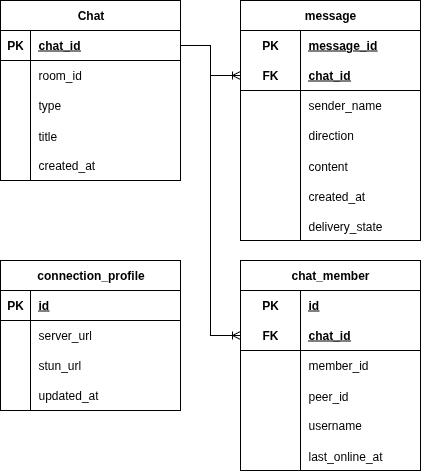
Earlier version of the draw.io export docs/assets/er/er-client.png (paa04/Morze). Source tidied: cells renumbered, new cells last; positions are measured from the earlier drawing's top-left corner, leaving out a move shared by most shapes.
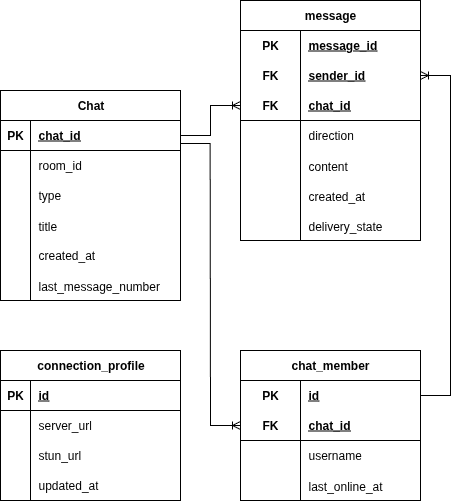
The same file after the commit.

Commit message:
upd client er

Change to the diagram source:
```diff
@@ -3,7 +3,7 @@
     <mxCell id="0" />
     <mxCell id="1" parent="0" />
     <mxCell id="2" value="Chat" style="shape=table;startSize=30;rowLines=0;fontStyle=1;align=center;html=1;" parent="1" vertex="1">
-      <mxGeometry width="180" height="180" as="geometry" />
+      <mxGeometry width="180" height="210" as="geometry" />
     </mxCell>
     <mxCell id="3" style="shape=tableRow;horizontal=0;startSize=0;swimlaneHead=0;swimlaneBody=0;fillColor=none;points=[[0,0.5],[1,0.5]];portConstraint=eastwest;top=0;left=0;right=0;bottom=1;" parent="2" vertex="1">
       <mxGeometry y="30" width="180" height="30" as="geometry" />
@@ -50,8 +50,17 @@
     <mxCell id="17" value="created_at" style="shape=partialRectangle;fillColor=none;top=0;left=0;bottom=0;right=0;align=left;spacingLeft=6;overflow=hidden;whiteSpace=wrap;html=1;" parent="15" vertex="1">
       <mxGeometry x="30" width="150" height="30" as="geometry" />
     </mxCell>
+    <mxCell id="74" style="shape=tableRow;horizontal=0;startSize=0;swimlaneHead=0;swimlaneBody=0;fillColor=none;top=0;left=0;right=0;bottom=0;" parent="2" vertex="1">
+      <mxGeometry y="180" width="180" height="30" as="geometry" />
+    </mxCell>
+    <mxCell id="75" style="shape=partialRectangle;fillColor=none;top=0;left=0;bottom=0;right=0;overflow=hidden;" parent="74" vertex="1">
+      <mxGeometry width="30" height="30" as="geometry" />
+    </mxCell>
+    <mxCell id="76" value="last_message_number" style="shape=partialRectangle;fillColor=none;top=0;left=0;bottom=0;right=0;align=left;spacingLeft=6;overflow=hidden;" parent="74" vertex="1">
+      <mxGeometry x="30" width="150" height="30" as="geometry" />
+    </mxCell>
     <mxCell id="18" value="chat_member" style="shape=table;startSize=30;rowLines=0;fontStyle=1;align=center;html=1;whiteSpace=wrap;" parent="1" vertex="1">
-      <mxGeometry x="240" y="260" width="180" height="210" as="geometry" />
+      <mxGeometry x="240" y="260" width="180" height="150" as="geometry" />
     </mxCell>
     <mxCell id="19" style="shape=tableRow;horizontal=0;startSize=0;swimlaneHead=0;swimlaneBody=0;fillColor=none;points=[[0,0.5],[1,0.5]];portConstraint=eastwest;top=0;left=0;right=0;bottom=0;html=1;" parent="18" vertex="1">
       <mxGeometry y="30" width="180" height="30" as="geometry" />
@@ -71,26 +80,8 @@
     <mxCell id="24" value="chat_id" style="shape=partialRectangle;fillColor=none;top=0;left=0;bottom=0;right=0;align=left;spacingLeft=6;fontStyle=5;overflow=hidden;html=1;whiteSpace=wrap;" parent="22" vertex="1">
       <mxGeometry x="60" width="120" height="30" as="geometry" />
     </mxCell>
-    <mxCell id="25" style="shape=tableRow;horizontal=0;startSize=0;swimlaneHead=0;swimlaneBody=0;fillColor=none;top=0;left=0;right=0;bottom=0;html=1;" parent="18" vertex="1">
-      <mxGeometry y="90" width="180" height="30" as="geometry" />
-    </mxCell>
-    <mxCell id="26" style="shape=partialRectangle;fillColor=none;top=0;left=0;bottom=0;right=0;overflow=hidden;html=1;whiteSpace=wrap;" parent="25" vertex="1">
-      <mxGeometry width="60" height="30" as="geometry" />
-    </mxCell>
-    <mxCell id="27" value="member_id" style="shape=partialRectangle;fillColor=none;top=0;left=0;bottom=0;right=0;align=left;spacingLeft=6;overflow=hidden;html=1;whiteSpace=wrap;" parent="25" vertex="1">
-      <mxGeometry x="60" width="120" height="30" as="geometry" />
-    </mxCell>
-    <mxCell id="28" style="shape=tableRow;horizontal=0;startSize=0;swimlaneHead=0;swimlaneBody=0;fillColor=none;top=0;left=0;right=0;bottom=0;" parent="18" vertex="1">
-      <mxGeometry y="120" width="180" height="30" as="geometry" />
-    </mxCell>
-    <mxCell id="29" style="shape=partialRectangle;fillColor=none;top=0;left=0;bottom=0;right=0;overflow=hidden;" parent="28" vertex="1">
-      <mxGeometry width="60" height="30" as="geometry" />
-    </mxCell>
-    <mxCell id="30" value="peer_id" style="shape=partialRectangle;fillColor=none;top=0;left=0;bottom=0;right=0;align=left;spacingLeft=6;overflow=hidden;" parent="28" vertex="1">
-      <mxGeometry x="60" width="120" height="30" as="geometry" />
-    </mxCell>
     <mxCell id="31" style="shape=tableRow;horizontal=0;startSize=0;swimlaneHead=0;swimlaneBody=0;fillColor=none;top=0;left=0;right=0;bottom=0;html=1;" parent="18" vertex="1">
-      <mxGeometry y="150" width="180" height="30" as="geometry" />
+      <mxGeometry y="90" width="180" height="30" as="geometry" />
     </mxCell>
     <mxCell id="32" style="shape=partialRectangle;fillColor=none;top=0;left=0;bottom=0;right=0;overflow=hidden;html=1;whiteSpace=wrap;" parent="31" vertex="1">
       <mxGeometry width="60" height="30" as="geometry" />
@@ -99,7 +90,7 @@
       <mxGeometry x="60" width="120" height="30" as="geometry" />
     </mxCell>
     <mxCell id="34" style="shape=tableRow;horizontal=0;startSize=0;swimlaneHead=0;swimlaneBody=0;fillColor=none;top=0;left=0;right=0;bottom=0;" parent="18" vertex="1">
-      <mxGeometry y="180" width="180" height="30" as="geometry" />
+      <mxGeometry y="120" width="180" height="30" as="geometry" />
     </mxCell>
     <mxCell id="35" style="shape=partialRectangle;fillColor=none;top=0;left=0;bottom=0;right=0;overflow=hidden;" parent="34" vertex="1">
       <mxGeometry width="60" height="30" as="geometry" />
@@ -108,7 +99,7 @@
       <mxGeometry x="60" width="120" height="30" as="geometry" />
     </mxCell>
     <mxCell id="37" value="message" style="shape=table;startSize=30;rowLines=0;fontStyle=1;align=center;html=1;whiteSpace=wrap;" parent="1" vertex="1">
-      <mxGeometry x="240" width="180" height="240" as="geometry" />
+      <mxGeometry x="240" y="-90" width="180" height="240" as="geometry" />
     </mxCell>
     <mxCell id="38" style="shape=tableRow;horizontal=0;startSize=0;swimlaneHead=0;swimlaneBody=0;fillColor=none;top=0;left=0;right=0;bottom=0;html=1;" parent="37" vertex="1">
       <mxGeometry y="30" width="180" height="30" as="geometry" />
@@ -119,8 +110,17 @@
     <mxCell id="40" value="message_id" style="shape=partialRectangle;fillColor=none;top=0;left=0;bottom=0;right=0;align=left;spacingLeft=6;fontStyle=5;overflow=hidden;html=1;whiteSpace=wrap;" parent="38" vertex="1">
       <mxGeometry x="60" width="120" height="30" as="geometry" />
     </mxCell>
+    <mxCell id="77" style="shape=tableRow;horizontal=0;startSize=0;swimlaneHead=0;swimlaneBody=0;fillColor=none;points=[[0,0.5],[1,0.5]];portConstraint=eastwest;top=0;left=0;right=0;bottom=0;" parent="37" vertex="1">
+      <mxGeometry y="60" width="180" height="30" as="geometry" />
+    </mxCell>
+    <mxCell id="78" value="&lt;b&gt;FK&lt;/b&gt;" style="shape=partialRectangle;fillColor=none;top=0;left=0;bottom=0;right=0;fontStyle=0;overflow=hidden;whiteSpace=wrap;html=1;" parent="77" vertex="1">
+      <mxGeometry width="60" height="30" as="geometry" />
+    </mxCell>
+    <mxCell id="79" value="&lt;b&gt;&lt;u&gt;sender_id&lt;/u&gt;&lt;/b&gt;" style="shape=partialRectangle;fillColor=none;top=0;left=0;bottom=0;right=0;align=left;spacingLeft=6;fontStyle=0;overflow=hidden;whiteSpace=wrap;html=1;" parent="77" vertex="1">
+      <mxGeometry x="60" width="120" height="30" as="geometry" />
+    </mxCell>
     <mxCell id="41" style="shape=tableRow;horizontal=0;startSize=0;swimlaneHead=0;swimlaneBody=0;fillColor=none;points=[[0,0.5],[1,0.5]];portConstraint=eastwest;top=0;left=0;right=0;bottom=1;html=1;" parent="37" vertex="1">
-      <mxGeometry y="60" width="180" height="30" as="geometry" />
+      <mxGeometry y="90" width="180" height="30" as="geometry" />
     </mxCell>
     <mxCell id="42" value="FK" style="shape=partialRectangle;fillColor=none;top=0;left=0;bottom=0;right=0;fontStyle=1;overflow=hidden;html=1;whiteSpace=wrap;" parent="41" vertex="1">
       <mxGeometry width="60" height="30" as="geometry" />
@@ -128,15 +128,6 @@
     <mxCell id="43" value="chat_id" style="shape=partialRectangle;fillColor=none;top=0;left=0;bottom=0;right=0;align=left;spacingLeft=6;fontStyle=5;overflow=hidden;html=1;whiteSpace=wrap;" parent="41" vertex="1">
       <mxGeometry x="60" width="120" height="30" as="geometry" />
     </mxCell>
-    <mxCell id="44" style="shape=tableRow;horizontal=0;startSize=0;swimlaneHead=0;swimlaneBody=0;fillColor=none;top=0;left=0;right=0;bottom=0;html=1;" parent="37" vertex="1">
-      <mxGeometry y="90" width="180" height="30" as="geometry" />
-    </mxCell>
-    <mxCell id="45" style="shape=partialRectangle;fillColor=none;top=0;left=0;bottom=0;right=0;overflow=hidden;html=1;whiteSpace=wrap;" parent="44" vertex="1">
-      <mxGeometry width="60" height="30" as="geometry" />
-    </mxCell>
-    <mxCell id="46" value="sender_name" style="shape=partialRectangle;fillColor=none;top=0;left=0;bottom=0;right=0;align=left;spacingLeft=6;overflow=hidden;html=1;whiteSpace=wrap;" parent="44" vertex="1">
-      <mxGeometry x="60" width="120" height="30" as="geometry" />
-    </mxCell>
     <mxCell id="47" style="shape=tableRow;horizontal=0;startSize=0;swimlaneHead=0;swimlaneBody=0;fillColor=none;top=0;left=0;right=0;bottom=0;html=1;" parent="37" vertex="1">
       <mxGeometry y="120" width="180" height="30" as="geometry" />
     </mxCell>
@@ -222,8 +213,11 @@
         </Array>
       </mxGeometry>
     </mxCell>
-    <mxCell id="73" style="edgeStyle=entityRelationEdgeStyle;fontSize=12;html=1;endArrow=ERoneToMany;rounded=0;exitX=1;exitY=0.5;exitDx=0;exitDy=0;entryX=0;entryY=0.5;entryDx=0;entryDy=0;" parent="1" edge="1" source="3" target="22">
+    <mxCell id="73" style="edgeStyle=entityRelationEdgeStyle;fontSize=12;html=1;endArrow=ERoneToMany;rounded=0;exitX=0.998;exitY=0.766;exitDx=0;exitDy=0;entryX=0;entryY=0.5;entryDx=0;entryDy=0;exitPerimeter=0;" parent="1" edge="1" source="3" target="22">
       <mxGeometry relative="1" as="geometry" />
     </mxCell>
+    <mxCell id="80" style="edgeStyle=entityRelationEdgeStyle;fontSize=12;html=1;endArrow=ERoneToMany;rounded=0;exitX=1;exitY=0.5;exitDx=0;exitDy=0;entryX=1;entryY=0.5;entryDx=0;entryDy=0;" parent="1" edge="1" source="19" target="77">
+      <mxGeometry relative="1" as="geometry" />
+    </mxCell>
   </root>
 </mxGraphModel>
```
